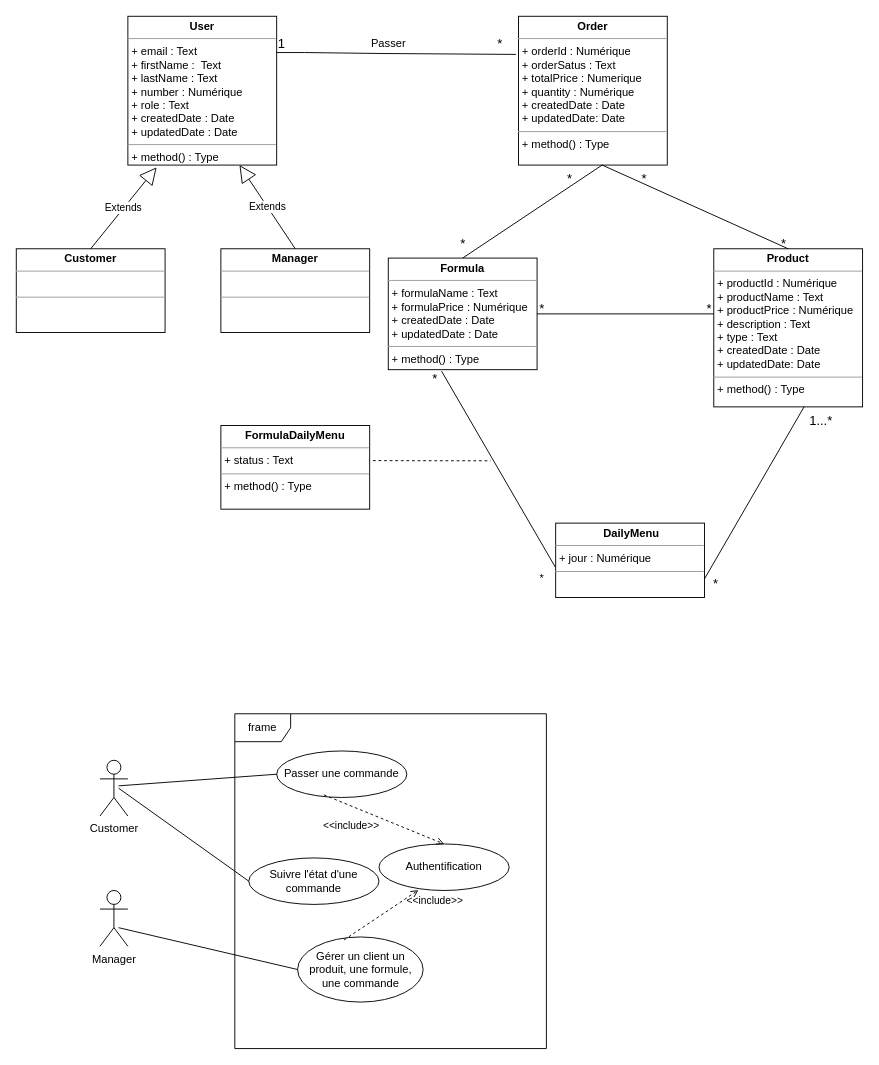
Above: msClassDiagram.drawio in CaroleAdg/tpjpa202 (draw.io), before the change. Source tidied: cells renumbered, new cells numbered last; positions are measured from the earlier drawing's top-left corner, leaving out a move shared by most shapes. Both pictures are drawn from the tidied source at 93%, with x=0, y=0 at pixel (16, 16).
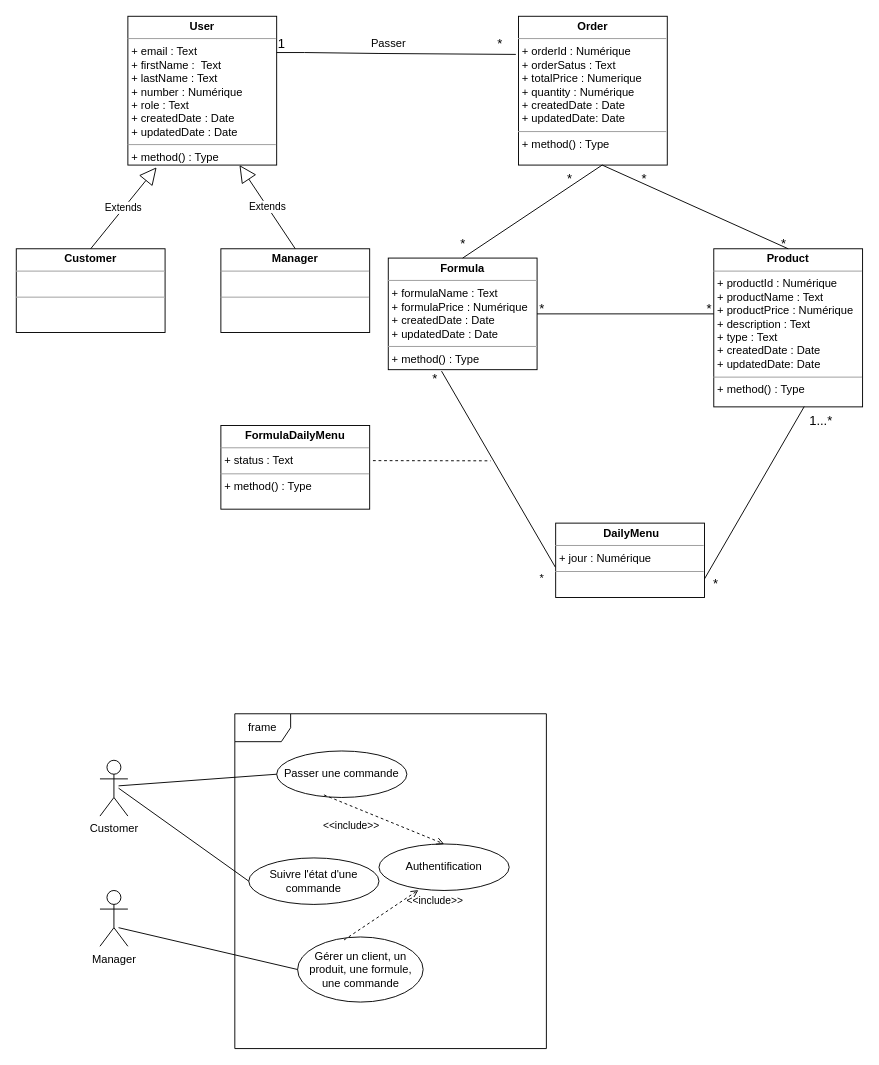
The same diagram, later.

Commit message:
Mettre à jour msClassDiagram.drawio

The edit, as a diff of the source:
```diff
@@
-    <mxCell id="35" value="Gérer un client un produit, une formule, une commande" style="ellipse;whiteSpace=wrap;html=1;" parent="1" vertex="1">
+    <mxCell id="35" value="Gérer un client, un produit, une formule, une commande" style="ellipse;whiteSpace=wrap;html=1;" parent="1" vertex="1">
       <mxGeometry x="302.5" y="990" width="135" height="70" as="geometry" />
     </mxCell>
```
